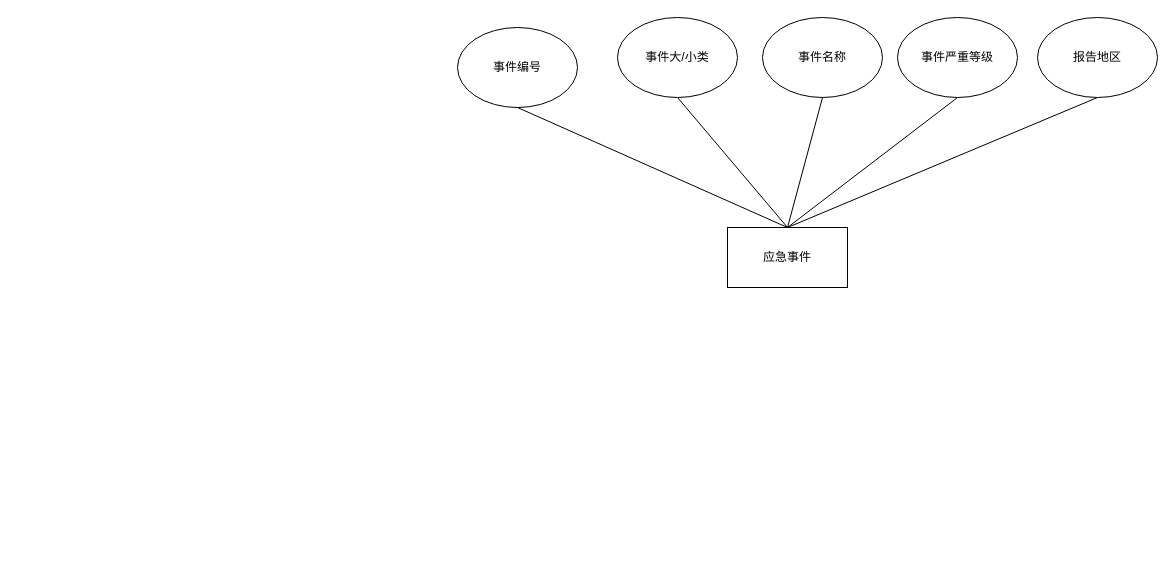
Earlier version of the draw.io diagram draw/Untitled Diagram.drawio (LONGYULEE/draw-images). Source tidied: cells renumbered, new cells numbered last; positions are measured from the earlier drawing's top-left corner, leaving out a move shared by most shapes. Both pictures are drawn from the tidied source at 100%, with x=0, y=0 at pixel (457, 17).
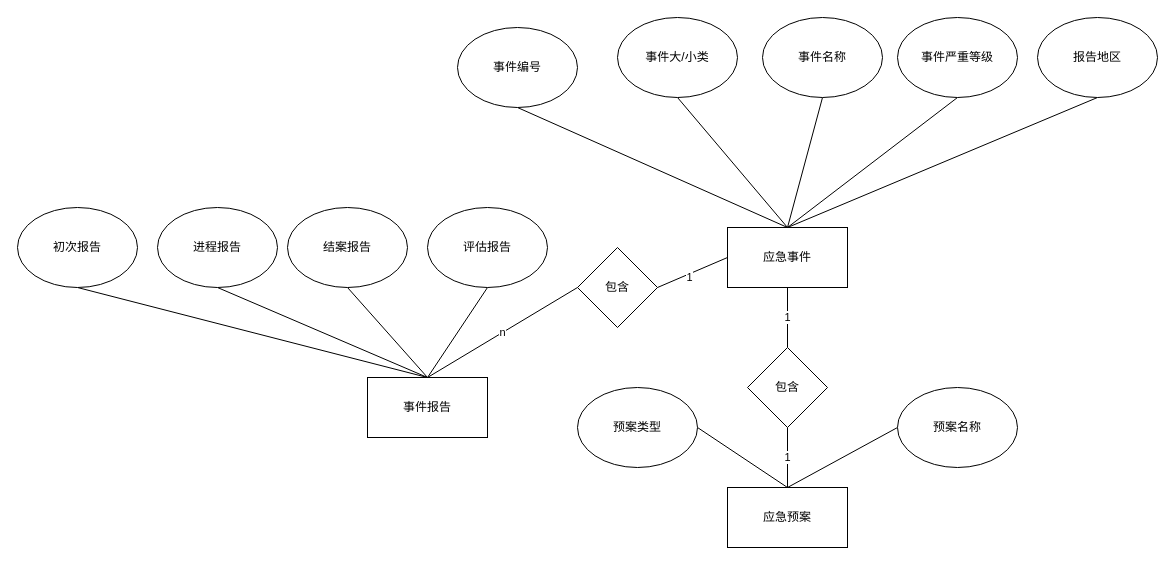
The same diagram, later.

Unchanged cells that the change refers to:
```xml
<mxCell id="2" value="应急事件" style="rounded=0;whiteSpace=wrap;html=1;" parent="1" vertex="1">
  <mxGeometry x="270" y="210" width="120" height="60" as="geometry" />
</mxCell>
```

Change to the diagram source:
```diff
@@
+    <mxCell id="13" style="edgeStyle=none;rounded=0;jettySize=auto;html=1;exitX=0;exitY=0.5;exitDx=0;exitDy=0;entryX=1;entryY=0.5;entryDx=0;entryDy=0;startArrow=none;startFill=0;endArrow=none;endFill=0;strokeColor=default;" parent="1" edge="1" source="2" target="18">
+      <mxGeometry relative="1" as="geometry" />
+    </mxCell>
+    <mxCell id="14" value="1" style="edgeLabel;html=1;align=center;verticalAlign=middle;" parent="13" vertex="1">
+      <mxGeometry x="0.13" y="3" relative="1" as="geometry" />
+    </mxCell>
+    <mxCell id="15" value="1" style="edgeStyle=none;rounded=0;jettySize=auto;html=1;exitX=0.5;exitY=1;exitDx=0;exitDy=0;entryX=0.5;entryY=0;entryDx=0;entryDy=0;startArrow=none;startFill=0;endArrow=none;endFill=0;strokeColor=default;" parent="1" edge="1" source="2" target="29">
+      <mxGeometry relative="1" as="geometry" />
+    </mxCell>
@@
+    <mxCell id="16" value="事件报告" style="rounded=0;whiteSpace=wrap;html=1;" parent="1" vertex="1">
+      <mxGeometry x="-90" y="360" width="120" height="60" as="geometry" />
+    </mxCell>
+    <mxCell id="17" value="n" style="edgeStyle=none;rounded=0;jettySize=auto;html=1;exitX=0;exitY=0.5;exitDx=0;exitDy=0;entryX=0.5;entryY=0;entryDx=0;entryDy=0;startArrow=none;startFill=0;endArrow=none;endFill=0;strokeColor=default;" parent="1" edge="1" source="18" target="16">
+      <mxGeometry relative="1" as="geometry" />
+    </mxCell>
+    <mxCell id="18" value="包含" style="rhombus;whiteSpace=wrap;html=1;" parent="1" vertex="1">
+      <mxGeometry x="120" y="230" width="80" height="80" as="geometry" />
+    </mxCell>
+    <mxCell id="19" style="edgeStyle=none;rounded=0;jettySize=auto;html=1;exitX=0.5;exitY=1;exitDx=0;exitDy=0;entryX=0.5;entryY=0;entryDx=0;entryDy=0;startArrow=none;startFill=0;endArrow=none;endFill=0;strokeColor=default;" parent="1" edge="1" source="20" target="16">
+      <mxGeometry relative="1" as="geometry" />
+    </mxCell>
+    <mxCell id="20" value="初次报告" style="ellipse;whiteSpace=wrap;html=1;" parent="1" vertex="1">
+      <mxGeometry x="-440" y="190" width="120" height="80" as="geometry" />
+    </mxCell>
+    <mxCell id="21" style="edgeStyle=none;rounded=0;jettySize=auto;html=1;exitX=0.5;exitY=1;exitDx=0;exitDy=0;startArrow=none;startFill=0;endArrow=none;endFill=0;strokeColor=default;" parent="1" edge="1" source="22">
+      <mxGeometry relative="1" as="geometry">
+        <mxPoint x="-30" y="360" as="targetPoint" />
+      </mxGeometry>
+    </mxCell>
+    <mxCell id="22" value="进程报告" style="ellipse;whiteSpace=wrap;html=1;" parent="1" vertex="1">
+      <mxGeometry x="-300" y="190" width="120" height="80" as="geometry" />
+    </mxCell>
+    <mxCell id="23" style="edgeStyle=none;rounded=0;jettySize=auto;html=1;exitX=0.5;exitY=1;exitDx=0;exitDy=0;startArrow=none;startFill=0;endArrow=none;endFill=0;strokeColor=default;" parent="1" edge="1" source="24">
+      <mxGeometry relative="1" as="geometry">
+        <mxPoint x="-30" y="360" as="targetPoint" />
+      </mxGeometry>
+    </mxCell>
+    <mxCell id="24" value="结案报告" style="ellipse;whiteSpace=wrap;html=1;" parent="1" vertex="1">
+      <mxGeometry x="-170" y="190" width="120" height="80" as="geometry" />
+    </mxCell>
+    <mxCell id="25" style="edgeStyle=none;rounded=0;jettySize=auto;html=1;exitX=0.5;exitY=1;exitDx=0;exitDy=0;startArrow=none;startFill=0;endArrow=none;endFill=0;strokeColor=default;" parent="1" edge="1" source="26">
+      <mxGeometry relative="1" as="geometry">
+        <mxPoint x="-30" y="360" as="targetPoint" />
+      </mxGeometry>
+    </mxCell>
+    <mxCell id="26" value="评估报告" style="ellipse;whiteSpace=wrap;html=1;" parent="1" vertex="1">
+      <mxGeometry x="-30" y="190" width="120" height="80" as="geometry" />
+    </mxCell>
+    <mxCell id="27" value="应急预案" style="rounded=0;whiteSpace=wrap;html=1;" parent="1" vertex="1">
+      <mxGeometry x="270" y="470" width="120" height="60" as="geometry" />
+    </mxCell>
+    <mxCell id="28" value="1" style="edgeStyle=none;rounded=0;jettySize=auto;html=1;exitX=0.5;exitY=1;exitDx=0;exitDy=0;entryX=0.5;entryY=0;entryDx=0;entryDy=0;startArrow=none;startFill=0;endArrow=none;endFill=0;strokeColor=default;" parent="1" edge="1" source="29" target="27">
+      <mxGeometry relative="1" as="geometry" />
+    </mxCell>
+    <mxCell id="29" value="包含" style="rhombus;whiteSpace=wrap;html=1;" parent="1" vertex="1">
+      <mxGeometry x="290" y="330" width="80" height="80" as="geometry" />
+    </mxCell>
+    <mxCell id="30" style="edgeStyle=none;rounded=0;jettySize=auto;html=1;exitX=1;exitY=0.5;exitDx=0;exitDy=0;startArrow=none;startFill=0;endArrow=none;endFill=0;strokeColor=default;" parent="1" edge="1" source="31">
+      <mxGeometry relative="1" as="geometry">
+        <mxPoint x="330" y="470" as="targetPoint" />
+      </mxGeometry>
+    </mxCell>
+    <mxCell id="31" value="预案类型" style="ellipse;whiteSpace=wrap;html=1;" parent="1" vertex="1">
+      <mxGeometry x="120" y="370" width="120" height="80" as="geometry" />
+    </mxCell>
+    <mxCell id="32" style="edgeStyle=none;rounded=0;jettySize=auto;html=1;exitX=0;exitY=0.5;exitDx=0;exitDy=0;startArrow=none;startFill=0;endArrow=none;endFill=0;strokeColor=default;" parent="1" edge="1" source="33">
+      <mxGeometry relative="1" as="geometry">
+        <mxPoint x="330" y="470" as="targetPoint" />
+      </mxGeometry>
+    </mxCell>
+    <mxCell id="33" value="预案名称" style="ellipse;whiteSpace=wrap;html=1;" parent="1" vertex="1">
+      <mxGeometry x="440" y="370" width="120" height="80" as="geometry" />
+    </mxCell>
```
